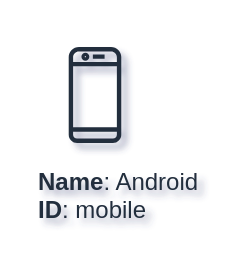
tsypuk/multicloud-diagrams keeps this draw.io diagram as docs/docs/core-components/output/drawio/mobile_client.drawio. Above is the earlier version. Source tidied: cells renumbered, new cells numbered last; positions are measured from the earlier drawing's top-left corner, leaving out a move shared by most shapes. Both pictures are drawn from the tidied source at 200%, with x=0, y=0 at pixel (34, 34).
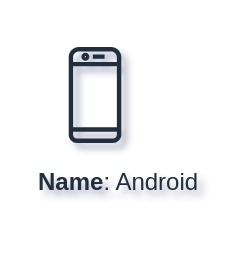
The same diagram, later.

Diff of the diagram source:
```diff
@@
 <mxGraphModel shadow="1">
   <root>
     <mxCell id="0" />
     <mxCell id="1" parent="0" />
-    <mxCell id="2" value="&lt;b&gt;Name&lt;/b&gt;: Android&lt;BR&gt;&lt;b&gt;ID&lt;/b&gt;: mobile" style="sketch=0;fontColor=#232F3E;gradientColor=none;strokeColor=#232F3E;fillColor=none;dashed=0;verticalLabelPosition=bottom;verticalAlign=top;align=left;html=1;fontSize=12;fontStyle=0;shape=mxgraph.aws4.resourceIcon;resIcon=mxgraph.aws4.mobile_client;labelBackgroundColor=none;" parent="1" vertex="1">
+    <mxCell id="2" value="&lt;b&gt;Name&lt;/b&gt;: Android" style="sketch=0;fontColor=#232F3E;gradientColor=none;strokeColor=#232F3E;fillColor=none;dashed=0;verticalLabelPosition=bottom;verticalAlign=top;align=left;html=1;fontSize=12;fontStyle=0;shape=mxgraph.aws4.resourceIcon;resIcon=mxgraph.aws4.mobile_client;labelBackgroundColor=none;" parent="1" vertex="1">
       <mxGeometry width="60" height="60" as="geometry" />
     </mxCell>
   </root>
 </mxGraphModel>
```
